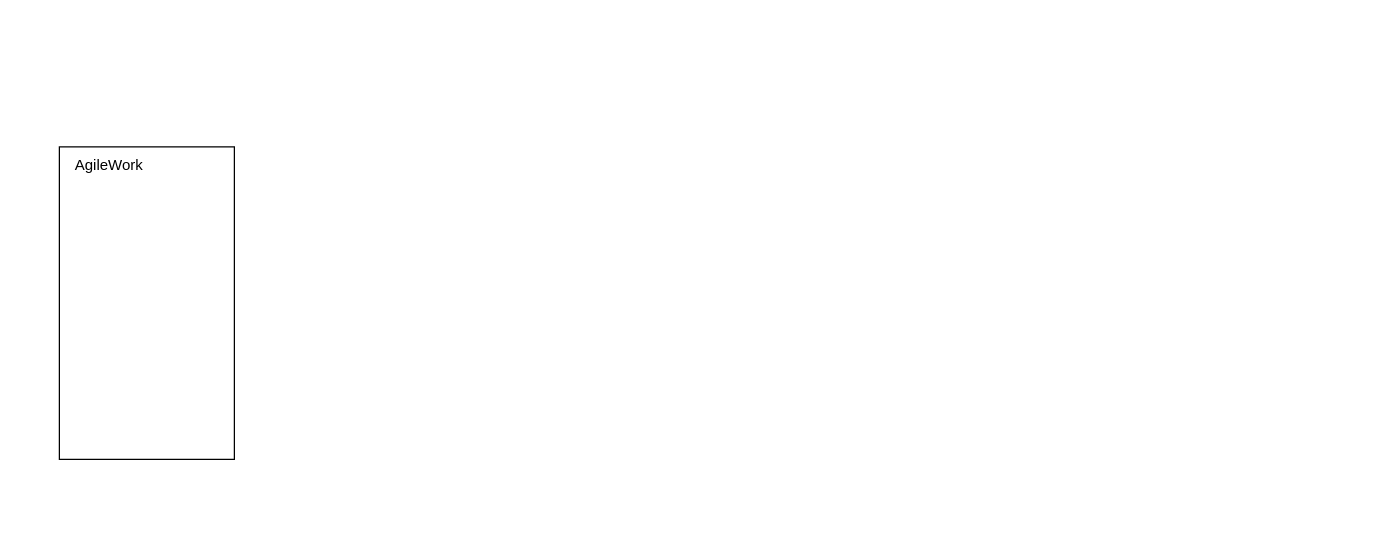
fsJerryChan/fsJerryChan keeps this draw.io diagram as 未命名绘图.drawio. Above is the earlier version. Source tidied: cells renumbered, new cells numbered last; positions are measured from the earlier drawing's top-left corner, leaving out a move shared by most shapes. Both pictures are drawn from the tidied source at 125%, with x=0, y=0 at pixel (59, 146).
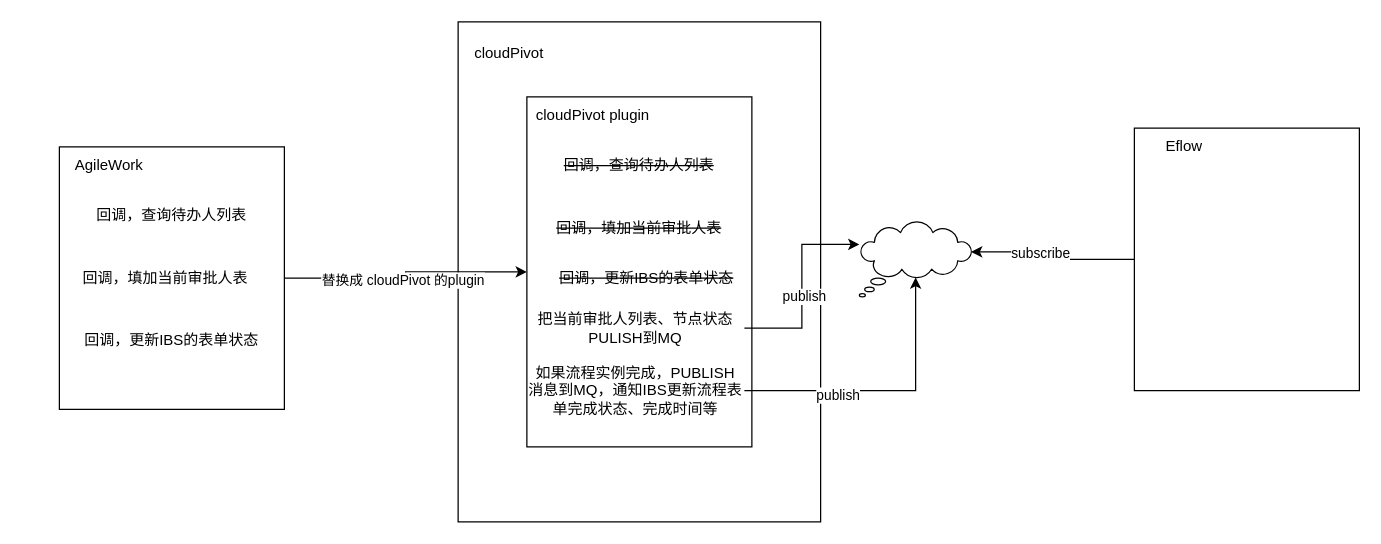
The same diagram, later.

Commit message (it also covers changes not shown here):
更新未命名绘图.drawio

The edit, as a diff of the source:
```diff
@@
+    <mxCell id="4" style="rounded=0;whiteSpace=wrap;html=1;" parent="1" vertex="1">
+      <mxGeometry x="319" y="-100" width="290" height="400" as="geometry" />
+    </mxCell>
+    <mxCell id="5" style="edgeStyle=orthogonalEdgeStyle;rounded=0;jettySize=auto;html=1;entryX=0;entryY=0.5;entryDx=0;entryDy=0;" parent="1" edge="1" source="2" target="10">
+      <mxGeometry relative="1" as="geometry" />
+    </mxCell>
+    <mxCell id="6" value="替换成 cloudPivot 的plugin" style="edgeLabel;html=1;align=center;verticalAlign=middle;" parent="5" vertex="1">
+      <mxGeometry x="-0.06" y="-1" relative="1" as="geometry" />
+    </mxCell>
     <mxCell id="2" style="rounded=0;whiteSpace=wrap;html=1;" parent="1" vertex="1">
-      <mxGeometry width="140" height="250" as="geometry" />
+      <mxGeometry width="180" height="210" as="geometry" />
     </mxCell>
@@
+    <mxCell id="7" value="回调，查询待办人列表" style="text;strokeColor=none;align=center;fillColor=none;html=1;verticalAlign=middle;whiteSpace=wrap;rounded=0;" parent="1" vertex="1">
+      <mxGeometry x="-30" y="40" width="240" height="30" as="geometry" />
+    </mxCell>
+    <mxCell id="8" value="回调，填加当前审批人表" style="text;strokeColor=none;align=center;fillColor=none;html=1;verticalAlign=middle;whiteSpace=wrap;rounded=0;" parent="1" vertex="1">
+      <mxGeometry x="-10" y="90" width="190" height="30" as="geometry" />
+    </mxCell>
+    <mxCell id="9" value="回调，更新IBS的表单状态" style="text;strokeColor=none;align=center;fillColor=none;html=1;verticalAlign=middle;whiteSpace=wrap;rounded=0;" parent="1" vertex="1">
+      <mxGeometry x="-30" y="140" width="240" height="30" as="geometry" />
+    </mxCell>
+    <mxCell id="10" style="rounded=0;whiteSpace=wrap;html=1;" parent="1" vertex="1">
+      <mxGeometry x="374" y="-40" width="180" height="280" as="geometry" />
+    </mxCell>
+    <mxCell id="11" value="cloudPivot plugin" style="text;strokeColor=none;align=center;fillColor=none;html=1;verticalAlign=middle;whiteSpace=wrap;rounded=0;" parent="1" vertex="1">
+      <mxGeometry x="374" y="-40" width="106" height="30" as="geometry" />
+    </mxCell>
+    <mxCell id="12" value="&lt;strike&gt;回调，查询待办人列表&lt;/strike&gt;" style="text;strokeColor=none;align=center;fillColor=none;html=1;verticalAlign=middle;whiteSpace=wrap;rounded=0;" parent="1" vertex="1">
+      <mxGeometry x="344" width="240" height="30" as="geometry" />
+    </mxCell>
+    <mxCell id="13" value="&lt;strike&gt;回调，填加当前审批人表&lt;/strike&gt;" style="text;strokeColor=none;align=center;fillColor=none;html=1;verticalAlign=middle;whiteSpace=wrap;rounded=0;" parent="1" vertex="1">
+      <mxGeometry x="377" y="50" width="174" height="30" as="geometry" />
+    </mxCell>
+    <mxCell id="14" value="&lt;strike&gt;回调，更新IBS的表单状态&lt;/strike&gt;" style="text;strokeColor=none;align=center;fillColor=none;html=1;verticalAlign=middle;whiteSpace=wrap;rounded=0;" parent="1" vertex="1">
+      <mxGeometry x="350" y="90" width="240" height="30" as="geometry" />
+    </mxCell>
+    <mxCell id="15" value="把当前审批人列表、节点状态PULISH到MQ" style="text;strokeColor=none;align=center;fillColor=none;html=1;verticalAlign=middle;whiteSpace=wrap;rounded=0;" parent="1" vertex="1">
+      <mxGeometry x="374" y="130" width="174" height="30" as="geometry" />
+    </mxCell>
+    <mxCell id="16" value="如果流程实例完成，PUBLISH 消息到MQ，通知IBS更新流程表单完成状态、完成时间等" style="text;strokeColor=none;align=center;fillColor=none;html=1;verticalAlign=middle;whiteSpace=wrap;rounded=0;" parent="1" vertex="1">
+      <mxGeometry x="374" y="180" width="174" height="30" as="geometry" />
+    </mxCell>
+    <mxCell id="17" style="whiteSpace=wrap;html=1;shape=mxgraph.basic.cloud_callout;" parent="1" vertex="1">
+      <mxGeometry x="640" y="60" width="90" height="60" as="geometry" />
+    </mxCell>
+    <mxCell id="18" style="edgeStyle=orthogonalEdgeStyle;rounded=0;jettySize=auto;html=1;entryX=0;entryY=0.3;entryDx=0;entryDy=0;entryPerimeter=0;" parent="1" edge="1" source="15" target="17">
+      <mxGeometry relative="1" as="geometry" />
+    </mxCell>
+    <mxCell id="19" value="publish" style="edgeLabel;html=1;align=center;verticalAlign=middle;" parent="18" vertex="1">
+      <mxGeometry x="-0.09" y="-1" relative="1" as="geometry" />
+    </mxCell>
+    <mxCell id="20" style="edgeStyle=orthogonalEdgeStyle;rounded=0;jettySize=auto;html=1;entryX=0.5;entryY=0.74;entryDx=0;entryDy=0;entryPerimeter=0;" parent="1" edge="1" source="16" target="17">
+      <mxGeometry relative="1" as="geometry" />
+    </mxCell>
+    <mxCell id="21" value="publish" style="edgeLabel;html=1;align=center;verticalAlign=middle;" parent="20" vertex="1">
+      <mxGeometry x="-0.35" y="-3" relative="1" as="geometry" />
+    </mxCell>
+    <mxCell id="22" style="rounded=0;whiteSpace=wrap;html=1;" parent="1" vertex="1">
+      <mxGeometry x="860" y="-15" width="180" height="210" as="geometry" />
+    </mxCell>
+    <mxCell id="23" value="Eflow" style="text;strokeColor=none;align=center;fillColor=none;html=1;verticalAlign=middle;whiteSpace=wrap;rounded=0;" parent="1" vertex="1">
+      <mxGeometry x="870" y="-15" width="60" height="30" as="geometry" />
+    </mxCell>
+    <mxCell id="24" style="edgeStyle=orthogonalEdgeStyle;rounded=0;jettySize=auto;html=1;entryX=0.993;entryY=0.4;entryDx=0;entryDy=0;entryPerimeter=0;" parent="1" edge="1" source="22" target="17">
+      <mxGeometry relative="1" as="geometry" />
+    </mxCell>
+    <mxCell id="25" value="subscribe" style="edgeLabel;html=1;align=center;verticalAlign=middle;" parent="24" vertex="1">
+      <mxGeometry x="0.2" relative="1" as="geometry" />
+    </mxCell>
+    <mxCell id="26" value="cloudPivot" style="text;strokeColor=none;align=center;fillColor=none;html=1;verticalAlign=middle;whiteSpace=wrap;rounded=0;" parent="1" vertex="1">
+      <mxGeometry x="330" y="-90" width="60" height="30" as="geometry" />
+    </mxCell>
```
